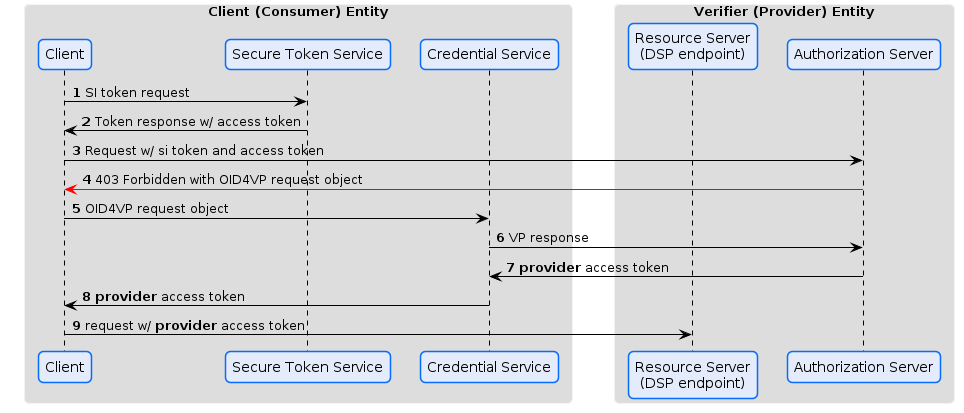
Before: specifications/M1/auth.flow.b2.png, a diagram exported from PlantUML (matgnt/identity-trust).
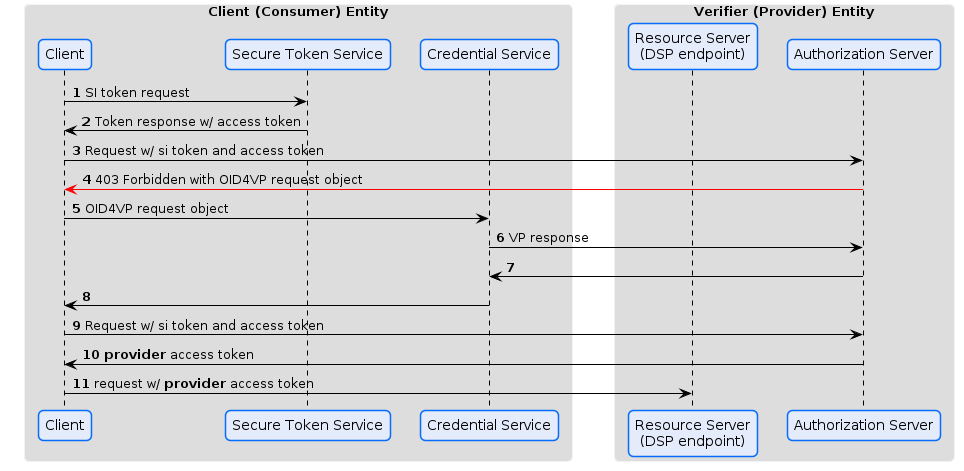
After the change.

Diff of the diagram source:
```diff
@@ -96,8 +96,10 @@
 AS -[#red]> C: 403 Forbidden with OID4VP request object
 C -> CS: OID4VP request object
 CS -> AS: VP response
-AS -> CS: <b>provider</b> access token
-CS -> C: <b>provider</b> access token
+AS -> CS:
+CS -> C:
 
+C-> AS: Request w/ si token and access token
+AS -> C: <b>provider</b> access token
 C-> RS: request w/ <b>provider</b> access token
 @enduml
```
